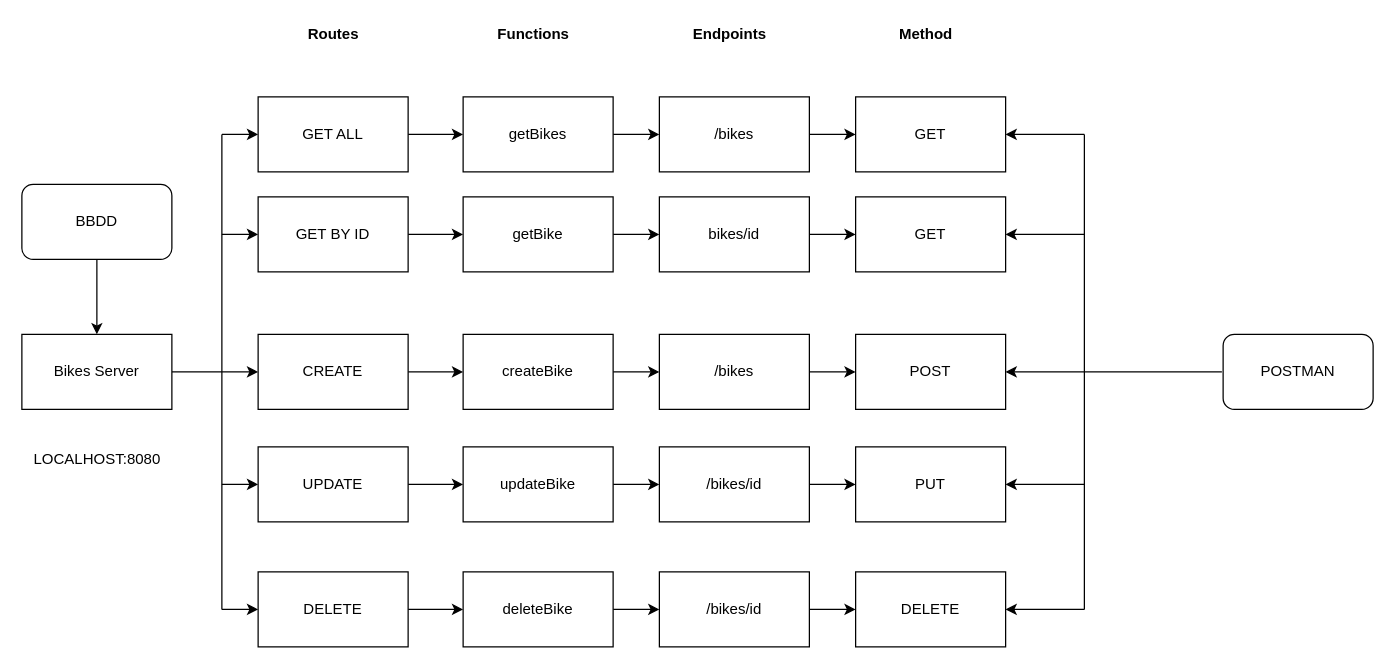
Before: bikes_crud_api.drawio in cjodra14/go_crud_Api, a draw.io diagram. Source tidied: cells renumbered, new cells numbered last; positions are measured from the earlier drawing's top-left corner, leaving out a move shared by most shapes. Both pictures are drawn from the tidied source at 125%, with x=0, y=0 at pixel (21, 21).
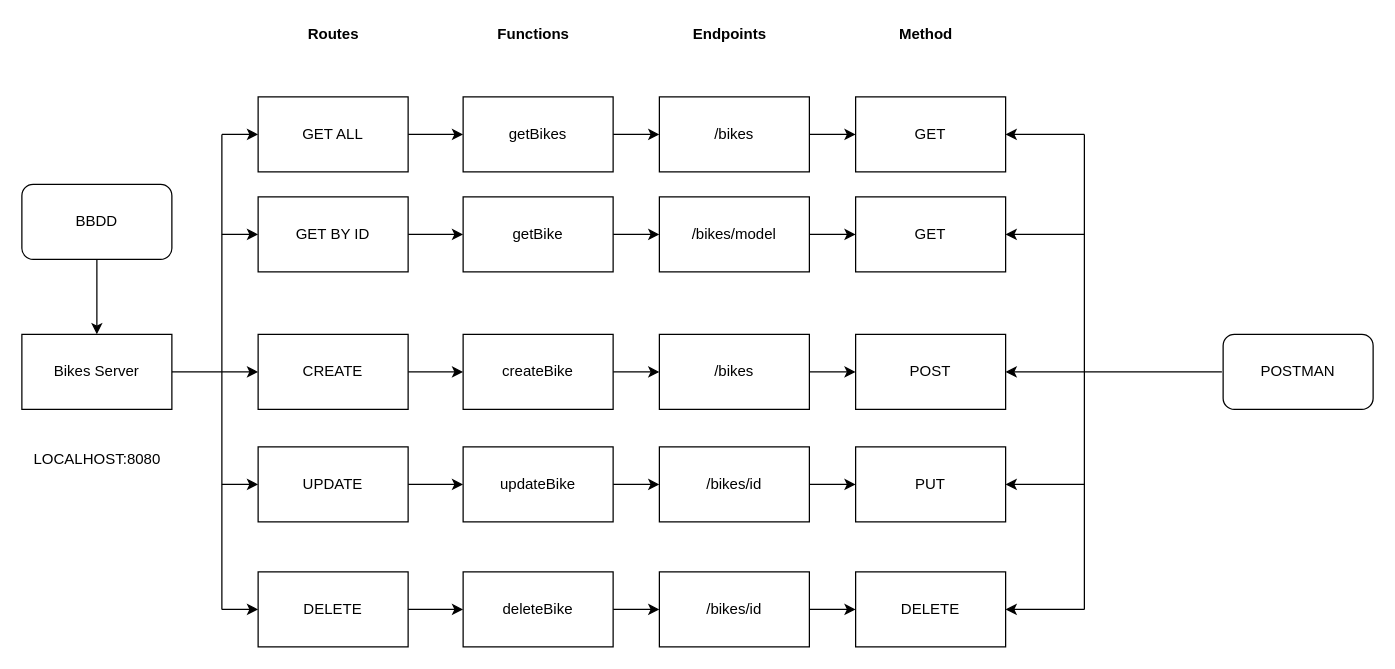
The same diagram, later.

Commit message:
parameter change from id to model

Change to the diagram source:
```diff
@@
-    <mxCell id="37" value="bikes/id" style="rounded=0;whiteSpace=wrap;html=1;" parent="1" vertex="1">
+    <mxCell id="37" value="/bikes/model" style="rounded=0;whiteSpace=wrap;html=1;" parent="1" vertex="1">
       <mxGeometry x="510" y="140" width="120" height="60" as="geometry" />
     </mxCell>
```
